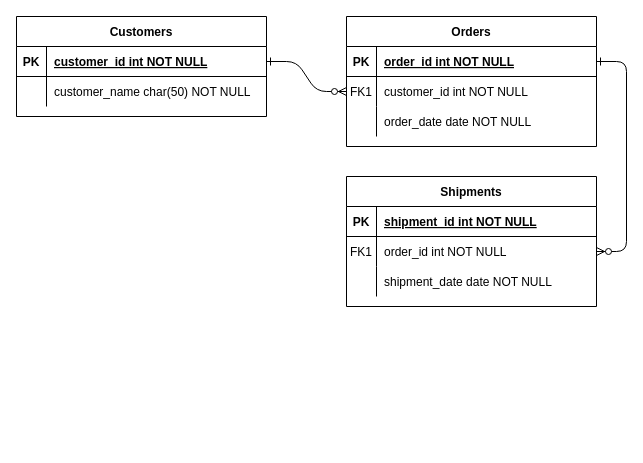
The draw.io diagram Untitled Diagram.drawio in hackensun/helloweb, before the edit. Source tidied: cells renumbered, new cells numbered last; positions are measured from the earlier drawing's top-left corner, leaving out a move shared by most shapes. Both pictures are drawn from the tidied source at 100%, with x=0, y=0 at pixel (16, 16).
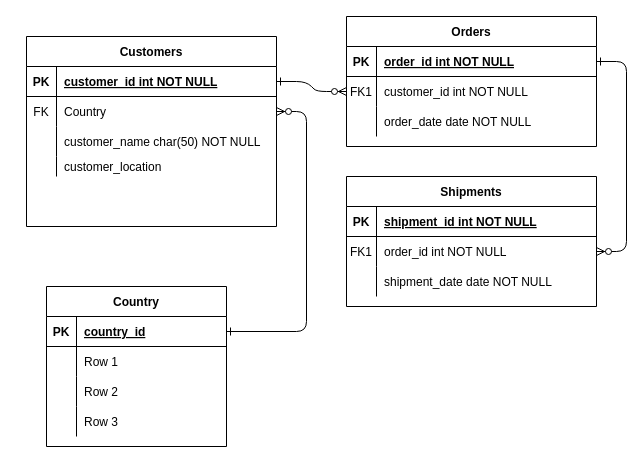
After the change.

What changed in the source:
```diff
@@
     <mxCell id="24" value="Customers" style="shape=table;startSize=30;childLayout=tableLayout;rowLines=0;fontStyle=1;align=center;" parent="1" vertex="1">
-      <mxGeometry width="250" height="100" as="geometry" />
+      <mxGeometry x="10" y="20" width="250" height="190" as="geometry" />
     </mxCell>
@@
+    <mxCell id="31" style="shape=partialRectangle;fillColor=none;top=0;left=0;bottom=0;right=0;points=[[0,0.5],[1,0.5]];portConstraint=eastwest;" parent="24" vertex="1">
+      <mxGeometry y="60" width="250" height="30" as="geometry" />
+    </mxCell>
+    <mxCell id="32" value="FK" style="shape=partialRectangle;fillColor=none;top=0;left=0;bottom=0;right=0;fontStyle=0;overflow=hidden;" parent="31" vertex="1">
+      <mxGeometry width="30" height="30" as="geometry" />
+    </mxCell>
+    <mxCell id="33" value="Country" style="shape=partialRectangle;fillColor=none;top=0;left=0;bottom=0;right=0;align=left;spacingLeft=6;fontStyle=0;overflow=hidden;" parent="31" vertex="1">
+      <mxGeometry x="30" width="220" height="30" as="geometry" />
+    </mxCell>
     <mxCell id="28" style="shape=partialRectangle;fillColor=none;top=0;left=0;right=0;bottom=0;" parent="24" vertex="1">
-      <mxGeometry y="60" width="250" height="30" as="geometry" />
+      <mxGeometry y="90" width="250" height="30" as="geometry" />
     </mxCell>
@@
+    <mxCell id="34" style="shape=partialRectangle;fillColor=none;top=0;left=0;bottom=0;right=0;" parent="24" vertex="1">
+      <mxGeometry y="120" width="250" height="20" as="geometry" />
+    </mxCell>
+    <mxCell id="35" style="shape=partialRectangle;fillColor=none;top=0;left=0;bottom=0;right=0;overflow=hidden;" parent="34" vertex="1">
+      <mxGeometry width="30" height="20" as="geometry" />
+    </mxCell>
+    <mxCell id="36" value="customer_location" style="shape=partialRectangle;fillColor=none;top=0;left=0;bottom=0;right=0;align=left;spacingLeft=6;overflow=hidden;" parent="34" vertex="1">
+      <mxGeometry x="30" width="220" height="20" as="geometry" />
+    </mxCell>
+    <mxCell id="37" value="Country" style="shape=table;startSize=30;childLayout=tableLayout;rowLines=0;fontStyle=1;align=center;" parent="1" vertex="1">
+      <mxGeometry x="30" y="270" width="180" height="160" as="geometry" />
+    </mxCell>
+    <mxCell id="38" style="shape=partialRectangle;fillColor=none;top=0;left=0;bottom=1;right=0;points=[[0,0.5],[1,0.5]];portConstraint=eastwest;" parent="37" vertex="1">
+      <mxGeometry y="30" width="180" height="30" as="geometry" />
+    </mxCell>
+    <mxCell id="39" value="PK" style="shape=partialRectangle;fillColor=none;top=0;left=0;bottom=0;right=0;fontStyle=1;overflow=hidden;" parent="38" vertex="1">
+      <mxGeometry width="30" height="30" as="geometry" />
+    </mxCell>
+    <mxCell id="40" value="country_id" style="shape=partialRectangle;fillColor=none;top=0;left=0;bottom=0;right=0;align=left;spacingLeft=6;fontStyle=5;overflow=hidden;" parent="38" vertex="1">
+      <mxGeometry x="30" width="150" height="30" as="geometry" />
+    </mxCell>
+    <mxCell id="41" style="shape=partialRectangle;fillColor=none;top=0;left=0;bottom=0;right=0;" parent="37" vertex="1">
+      <mxGeometry y="60" width="180" height="30" as="geometry" />
+    </mxCell>
+    <mxCell id="42" style="shape=partialRectangle;fillColor=none;top=0;left=0;bottom=0;right=0;overflow=hidden;" parent="41" vertex="1">
+      <mxGeometry width="30" height="30" as="geometry" />
+    </mxCell>
+    <mxCell id="43" value="Row 1" style="shape=partialRectangle;fillColor=none;top=0;left=0;bottom=0;right=0;align=left;spacingLeft=6;overflow=hidden;" parent="41" vertex="1">
+      <mxGeometry x="30" width="150" height="30" as="geometry" />
+    </mxCell>
+    <mxCell id="44" style="shape=partialRectangle;fillColor=none;top=0;left=0;bottom=0;right=0;" parent="37" vertex="1">
+      <mxGeometry y="90" width="180" height="30" as="geometry" />
+    </mxCell>
+    <mxCell id="45" style="shape=partialRectangle;fillColor=none;top=0;left=0;bottom=0;right=0;overflow=hidden;" parent="44" vertex="1">
+      <mxGeometry width="30" height="30" as="geometry" />
+    </mxCell>
+    <mxCell id="46" value="Row 2" style="shape=partialRectangle;fillColor=none;top=0;left=0;bottom=0;right=0;align=left;spacingLeft=6;overflow=hidden;" parent="44" vertex="1">
+      <mxGeometry x="30" width="150" height="30" as="geometry" />
+    </mxCell>
+    <mxCell id="47" style="shape=partialRectangle;fillColor=none;top=0;left=0;bottom=0;right=0;" parent="37" vertex="1">
+      <mxGeometry y="120" width="180" height="30" as="geometry" />
+    </mxCell>
+    <mxCell id="48" style="shape=partialRectangle;fillColor=none;top=0;left=0;bottom=0;right=0;overflow=hidden;" parent="47" vertex="1">
+      <mxGeometry width="30" height="30" as="geometry" />
+    </mxCell>
+    <mxCell id="49" value="Row 3" style="shape=partialRectangle;fillColor=none;top=0;left=0;bottom=0;right=0;align=left;spacingLeft=6;overflow=hidden;" parent="47" vertex="1">
+      <mxGeometry x="30" width="150" height="30" as="geometry" />
+    </mxCell>
+    <mxCell id="50" style="edgeStyle=entityRelationEdgeStyle;endArrow=ERzeroToMany;startArrow=ERone;endFill=1;startFill=0;exitX=1;exitY=0.5;exitDx=0;exitDy=0;" parent="1" edge="1" source="38" target="31">
+      <mxGeometry relative="1" as="geometry" />
+    </mxCell>
```
